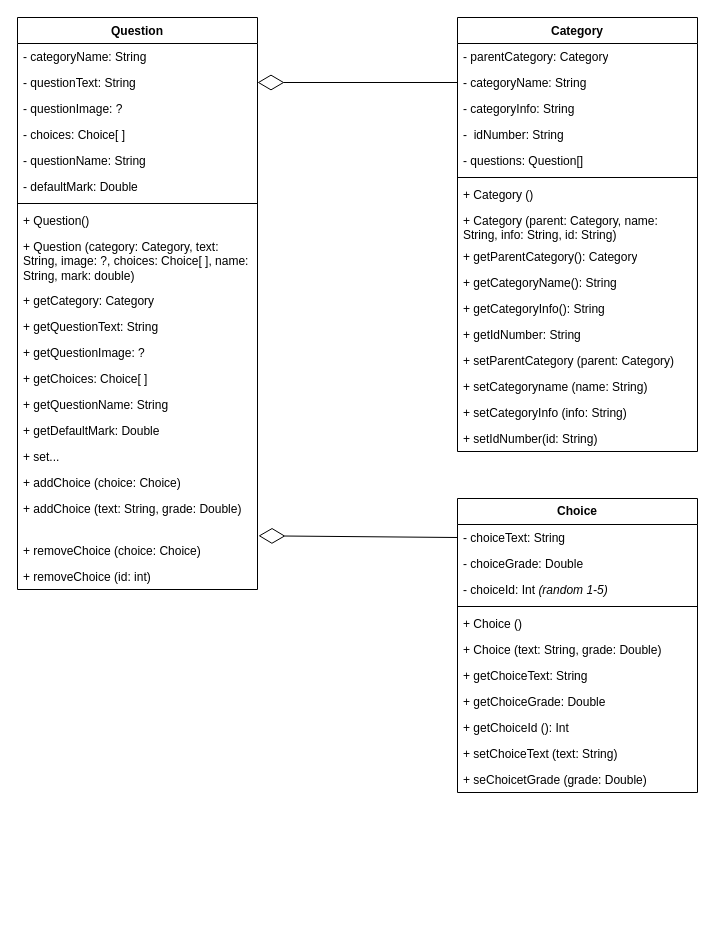
The draw.io diagram OOP_Diagram.drawio in ductaingn/OOP_Project, before the edit. Source tidied: cells renumbered, new cells numbered last; positions are measured from the earlier drawing's top-left corner, leaving out a move shared by most shapes. Both pictures are drawn from the tidied source at 100%, with x=0, y=0 at pixel (17, 17).
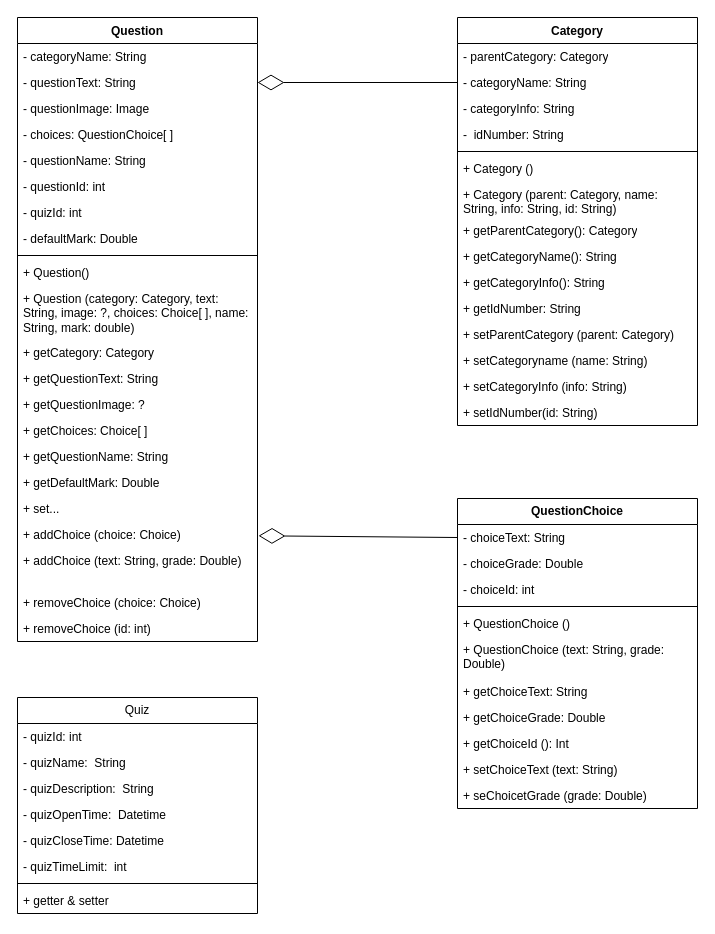
The same page after the edit.

The edit, as a diff of the source:
```diff
@@
     <mxCell id="2" value="Question" style="swimlane;fontStyle=1;align=center;verticalAlign=top;horizontal=1;startSize=26;whiteSpace=wrap;html=1;" parent="1" vertex="1">
-      <mxGeometry width="240" height="572" as="geometry" />
+      <mxGeometry width="240" height="624" as="geometry" />
     </mxCell>
@@
-    <mxCell id="5" value="- questionImage: ?" style="text;strokeColor=none;fillColor=none;align=left;verticalAlign=top;spacingLeft=4;spacingRight=4;overflow=hidden;whiteSpace=wrap;html=1;" parent="2" vertex="1">
+    <mxCell id="5" value="- questionImage: Image" style="text;strokeColor=none;fillColor=none;align=left;verticalAlign=top;spacingLeft=4;spacingRight=4;overflow=hidden;whiteSpace=wrap;html=1;" parent="2" vertex="1">
       <mxGeometry y="78" width="240" height="26" as="geometry" />
     </mxCell>
-    <mxCell id="6" value="- choices: Choice[ ]" style="text;strokeColor=none;fillColor=none;align=left;verticalAlign=top;spacingLeft=4;spacingRight=4;overflow=hidden;whiteSpace=wrap;html=1;" parent="2" vertex="1">
+    <mxCell id="6" value="- choices: QuestionChoice[ ]" style="text;strokeColor=none;fillColor=none;align=left;verticalAlign=top;spacingLeft=4;spacingRight=4;overflow=hidden;whiteSpace=wrap;html=1;" parent="2" vertex="1">
       <mxGeometry y="104" width="240" height="26" as="geometry" />
     </mxCell>
@@
+    <mxCell id="54" value="- questionId: int" style="text;strokeColor=none;fillColor=none;align=left;verticalAlign=top;spacingLeft=4;spacingRight=4;overflow=hidden;whiteSpace=wrap;html=1;" parent="2" vertex="1">
+      <mxGeometry y="156" width="240" height="26" as="geometry" />
+    </mxCell>
+    <mxCell id="55" value="- quizId: int" style="text;strokeColor=none;fillColor=none;align=left;verticalAlign=top;spacingLeft=4;spacingRight=4;overflow=hidden;whiteSpace=wrap;html=1;" parent="2" vertex="1">
+      <mxGeometry y="182" width="240" height="26" as="geometry" />
+    </mxCell>
     <mxCell id="8" value="- defaultMark: Double" style="text;strokeColor=none;fillColor=none;align=left;verticalAlign=top;spacingLeft=4;spacingRight=4;overflow=hidden;whiteSpace=wrap;html=1;" parent="2" vertex="1">
-      <mxGeometry y="156" width="240" height="26" as="geometry" />
+      <mxGeometry y="208" width="240" height="26" as="geometry" />
     </mxCell>
     <mxCell id="9" style="line;strokeWidth=1;fillColor=none;align=left;verticalAlign=middle;spacingTop=-1;spacingLeft=3;spacingRight=3;labelPosition=right;strokeColor=inherit;" parent="2" vertex="1">
-      <mxGeometry y="182" width="240" height="8" as="geometry" />
+      <mxGeometry y="234" width="240" height="8" as="geometry" />
     </mxCell>
     <mxCell id="10" value="+ Question()" style="text;strokeColor=none;fillColor=none;align=left;verticalAlign=top;spacingLeft=4;spacingRight=4;overflow=hidden;whiteSpace=wrap;html=1;" parent="2" vertex="1">
-      <mxGeometry y="190" width="240" height="26" as="geometry" />
+      <mxGeometry y="242" width="240" height="26" as="geometry" />
     </mxCell>
     <mxCell id="11" value="+ Question (category: Category, text: String, image: ?, choices: Choice[ ], name: String, mark: double)" style="text;strokeColor=none;fillColor=none;align=left;verticalAlign=top;spacingLeft=4;spacingRight=4;overflow=hidden;whiteSpace=wrap;html=1;" parent="2" vertex="1">
-      <mxGeometry y="216" width="240" height="54" as="geometry" />
+      <mxGeometry y="268" width="240" height="54" as="geometry" />
     </mxCell>
     <mxCell id="12" value="+ getCategory: Category&lt;br&gt;" style="text;strokeColor=none;fillColor=none;align=left;verticalAlign=top;spacingLeft=4;spacingRight=4;overflow=hidden;whiteSpace=wrap;html=1;" parent="2" vertex="1">
-      <mxGeometry y="270" width="240" height="26" as="geometry" />
+      <mxGeometry y="322" width="240" height="26" as="geometry" />
     </mxCell>
     <mxCell id="13" value="+ getQuestionText: String" style="text;strokeColor=none;fillColor=none;align=left;verticalAlign=top;spacingLeft=4;spacingRight=4;overflow=hidden;whiteSpace=wrap;html=1;" parent="2" vertex="1">
-      <mxGeometry y="296" width="240" height="26" as="geometry" />
+      <mxGeometry y="348" width="240" height="26" as="geometry" />
     </mxCell>
     <mxCell id="14" value="+ getQuestionImage: ?" style="text;strokeColor=none;fillColor=none;align=left;verticalAlign=top;spacingLeft=4;spacingRight=4;overflow=hidden;whiteSpace=wrap;html=1;" parent="2" vertex="1">
-      <mxGeometry y="322" width="240" height="26" as="geometry" />
+      <mxGeometry y="374" width="240" height="26" as="geometry" />
     </mxCell>
     <mxCell id="15" value="+ getChoices: Choice[ ]" style="text;strokeColor=none;fillColor=none;align=left;verticalAlign=top;spacingLeft=4;spacingRight=4;overflow=hidden;whiteSpace=wrap;html=1;" parent="2" vertex="1">
-      <mxGeometry y="348" width="240" height="26" as="geometry" />
+      <mxGeometry y="400" width="240" height="26" as="geometry" />
     </mxCell>
     <mxCell id="16" value="+ getQuestionName: String" style="text;strokeColor=none;fillColor=none;align=left;verticalAlign=top;spacingLeft=4;spacingRight=4;overflow=hidden;whiteSpace=wrap;html=1;" parent="2" vertex="1">
-      <mxGeometry y="374" width="240" height="26" as="geometry" />
+      <mxGeometry y="426" width="240" height="26" as="geometry" />
     </mxCell>
     <mxCell id="17" value="+ getDefaultMark: Double" style="text;strokeColor=none;fillColor=none;align=left;verticalAlign=top;spacingLeft=4;spacingRight=4;overflow=hidden;whiteSpace=wrap;html=1;" parent="2" vertex="1">
-      <mxGeometry y="400" width="240" height="26" as="geometry" />
+      <mxGeometry y="452" width="240" height="26" as="geometry" />
     </mxCell>
     <mxCell id="18" value="+ set..." style="text;strokeColor=none;fillColor=none;align=left;verticalAlign=top;spacingLeft=4;spacingRight=4;overflow=hidden;whiteSpace=wrap;html=1;" parent="2" vertex="1">
-      <mxGeometry y="426" width="240" height="26" as="geometry" />
+      <mxGeometry y="478" width="240" height="26" as="geometry" />
     </mxCell>
     <mxCell id="19" value="+ addChoice (choice: Choice)" style="text;strokeColor=none;fillColor=none;align=left;verticalAlign=top;spacingLeft=4;spacingRight=4;overflow=hidden;whiteSpace=wrap;html=1;" parent="2" vertex="1">
-      <mxGeometry y="452" width="240" height="26" as="geometry" />
+      <mxGeometry y="504" width="240" height="26" as="geometry" />
     </mxCell>
     <mxCell id="20" value="+ addChoice (text: String, grade: Double)&amp;nbsp;&amp;nbsp;" style="text;strokeColor=none;fillColor=none;align=left;verticalAlign=top;spacingLeft=4;spacingRight=4;overflow=hidden;whiteSpace=wrap;html=1;" parent="2" vertex="1">
-      <mxGeometry y="478" width="240" height="42" as="geometry" />
+      <mxGeometry y="530" width="240" height="42" as="geometry" />
     </mxCell>
     <mxCell id="21" value="+ removeChoice (choice: Choice)" style="text;strokeColor=none;fillColor=none;align=left;verticalAlign=top;spacingLeft=4;spacingRight=4;overflow=hidden;whiteSpace=wrap;html=1;" parent="2" vertex="1">
-      <mxGeometry y="520" width="240" height="26" as="geometry" />
+      <mxGeometry y="572" width="240" height="26" as="geometry" />
     </mxCell>
     <mxCell id="22" value="+ removeChoice (id: int)" style="text;strokeColor=none;fillColor=none;align=left;verticalAlign=top;spacingLeft=4;spacingRight=4;overflow=hidden;whiteSpace=wrap;html=1;" parent="2" vertex="1">
-      <mxGeometry y="546" width="240" height="26" as="geometry" />
+      <mxGeometry y="598" width="240" height="26" as="geometry" />
     </mxCell>
-    <mxCell id="23" value="&lt;b&gt;Choice&lt;/b&gt;" style="swimlane;fontStyle=0;horizontal=1;startSize=26;fillColor=none;whiteSpace=wrap;html=1;" parent="1" vertex="1">
-      <mxGeometry x="440" y="481" width="240" height="294" as="geometry" />
+    <mxCell id="23" value="&lt;b&gt;QuestionChoice&lt;/b&gt;" style="swimlane;fontStyle=0;horizontal=1;startSize=26;fillColor=none;whiteSpace=wrap;html=1;" parent="1" vertex="1">
+      <mxGeometry x="440" y="481" width="240" height="310" as="geometry" />
     </mxCell>
@@
-    <mxCell id="26" value="- choiceId: Int &lt;i&gt;(random 1-5)&lt;/i&gt;&amp;nbsp;" style="text;strokeColor=none;fillColor=none;align=left;verticalAlign=top;spacingLeft=4;spacingRight=4;overflow=hidden;whiteSpace=wrap;html=1;" parent="23" vertex="1">
+    <mxCell id="26" value="- choiceId: int&amp;nbsp;" style="text;strokeColor=none;fillColor=none;align=left;verticalAlign=top;spacingLeft=4;spacingRight=4;overflow=hidden;whiteSpace=wrap;html=1;" parent="23" vertex="1">
       <mxGeometry y="78" width="240" height="26" as="geometry" />
     </mxCell>
@@
-    <mxCell id="28" value="+ Choice ()" style="text;strokeColor=none;fillColor=none;align=left;verticalAlign=top;spacingLeft=4;spacingRight=4;overflow=hidden;whiteSpace=wrap;html=1;" parent="23" vertex="1">
+    <mxCell id="28" value="+ QuestionChoice ()" style="text;strokeColor=none;fillColor=none;align=left;verticalAlign=top;spacingLeft=4;spacingRight=4;overflow=hidden;whiteSpace=wrap;html=1;" parent="23" vertex="1">
       <mxGeometry y="112" width="240" height="26" as="geometry" />
     </mxCell>
-    <mxCell id="29" value="+ Choice (text: String, grade: Double)" style="text;strokeColor=none;fillColor=none;align=left;verticalAlign=top;spacingLeft=4;spacingRight=4;overflow=hidden;whiteSpace=wrap;html=1;" parent="23" vertex="1">
-      <mxGeometry y="138" width="240" height="26" as="geometry" />
+    <mxCell id="29" value="+ QuestionChoice (text: String, grade: Double)" style="text;strokeColor=none;fillColor=none;align=left;verticalAlign=top;spacingLeft=4;spacingRight=4;overflow=hidden;whiteSpace=wrap;html=1;" parent="23" vertex="1">
+      <mxGeometry y="138" width="240" height="42" as="geometry" />
     </mxCell>
     <mxCell id="30" value="+ getChoiceText: String" style="text;strokeColor=none;fillColor=none;align=left;verticalAlign=top;spacingLeft=4;spacingRight=4;overflow=hidden;whiteSpace=wrap;html=1;" parent="23" vertex="1">
-      <mxGeometry y="164" width="240" height="26" as="geometry" />
+      <mxGeometry y="180" width="240" height="26" as="geometry" />
     </mxCell>
     <mxCell id="31" value="+ getChoiceGrade: Double" style="text;strokeColor=none;fillColor=none;align=left;verticalAlign=top;spacingLeft=4;spacingRight=4;overflow=hidden;whiteSpace=wrap;html=1;" parent="23" vertex="1">
-      <mxGeometry y="190" width="240" height="26" as="geometry" />
+      <mxGeometry y="206" width="240" height="26" as="geometry" />
     </mxCell>
     <mxCell id="32" value="+ getChoiceId (): Int" style="text;strokeColor=none;fillColor=none;align=left;verticalAlign=top;spacingLeft=4;spacingRight=4;overflow=hidden;whiteSpace=wrap;html=1;" parent="23" vertex="1">
-      <mxGeometry y="216" width="240" height="26" as="geometry" />
+      <mxGeometry y="232" width="240" height="26" as="geometry" />
     </mxCell>
     <mxCell id="33" value="+ setChoiceText (text: String)&lt;br&gt;" style="text;strokeColor=none;fillColor=none;align=left;verticalAlign=top;spacingLeft=4;spacingRight=4;overflow=hidden;whiteSpace=wrap;html=1;" parent="23" vertex="1">
-      <mxGeometry y="242" width="240" height="26" as="geometry" />
+      <mxGeometry y="258" width="240" height="26" as="geometry" />
     </mxCell>
     <mxCell id="34" value="+ seChoicetGrade (grade: Double)" style="text;strokeColor=none;fillColor=none;align=left;verticalAlign=top;spacingLeft=4;spacingRight=4;overflow=hidden;whiteSpace=wrap;html=1;" parent="23" vertex="1">
-      <mxGeometry y="268" width="240" height="26" as="geometry" />
+      <mxGeometry y="284" width="240" height="26" as="geometry" />
     </mxCell>
     <mxCell id="35" value="Category" style="swimlane;fontStyle=1;align=center;verticalAlign=top;horizontal=1;startSize=26;whiteSpace=wrap;html=1;" parent="1" vertex="1">
-      <mxGeometry x="440" width="240" height="434" as="geometry" />
+      <mxGeometry x="440" width="240" height="408" as="geometry" />
     </mxCell>
@@
-    <mxCell id="40" value="- questions: Question[]&amp;nbsp;" style="text;strokeColor=none;fillColor=none;align=left;verticalAlign=top;spacingLeft=4;spacingRight=4;overflow=hidden;whiteSpace=wrap;html=1;" parent="35" vertex="1">
-      <mxGeometry y="130" width="240" height="26" as="geometry" />
-    </mxCell>
     <mxCell id="41" style="line;strokeWidth=1;fillColor=none;align=left;verticalAlign=middle;spacingTop=-1;spacingLeft=3;spacingRight=3;labelPosition=right;strokeColor=inherit;" parent="35" vertex="1">
-      <mxGeometry y="156" width="240" height="8" as="geometry" />
+      <mxGeometry y="130" width="240" height="8" as="geometry" />
     </mxCell>
     <mxCell id="42" value="+ Category ()" style="text;strokeColor=none;fillColor=none;align=left;verticalAlign=top;spacingLeft=4;spacingRight=4;overflow=hidden;whiteSpace=wrap;html=1;" parent="35" vertex="1">
-      <mxGeometry y="164" width="240" height="26" as="geometry" />
+      <mxGeometry y="138" width="240" height="26" as="geometry" />
     </mxCell>
     <mxCell id="43" value="+ Category (parent: Category, name: String, info: String, id: String)" style="text;strokeColor=none;fillColor=none;align=left;verticalAlign=top;spacingLeft=4;spacingRight=4;overflow=hidden;whiteSpace=wrap;html=1;" parent="35" vertex="1">
-      <mxGeometry y="190" width="240" height="36" as="geometry" />
+      <mxGeometry y="164" width="240" height="36" as="geometry" />
     </mxCell>
     <mxCell id="44" value="+ getParentCategory(): Category" style="text;strokeColor=none;fillColor=none;align=left;verticalAlign=top;spacingLeft=4;spacingRight=4;overflow=hidden;whiteSpace=wrap;html=1;" parent="35" vertex="1">
-      <mxGeometry y="226" width="240" height="26" as="geometry" />
+      <mxGeometry y="200" width="240" height="26" as="geometry" />
     </mxCell>
     <mxCell id="45" value="+ getCategoryName(): String" style="text;strokeColor=none;fillColor=none;align=left;verticalAlign=top;spacingLeft=4;spacingRight=4;overflow=hidden;whiteSpace=wrap;html=1;" parent="35" vertex="1">
-      <mxGeometry y="252" width="240" height="26" as="geometry" />
+      <mxGeometry y="226" width="240" height="26" as="geometry" />
     </mxCell>
     <mxCell id="46" value="+ getCategoryInfo(): String" style="text;strokeColor=none;fillColor=none;align=left;verticalAlign=top;spacingLeft=4;spacingRight=4;overflow=hidden;whiteSpace=wrap;html=1;" parent="35" vertex="1">
-      <mxGeometry y="278" width="240" height="26" as="geometry" />
+      <mxGeometry y="252" width="240" height="26" as="geometry" />
     </mxCell>
     <mxCell id="47" value="+ getIdNumber: String" style="text;strokeColor=none;fillColor=none;align=left;verticalAlign=top;spacingLeft=4;spacingRight=4;overflow=hidden;whiteSpace=wrap;html=1;" parent="35" vertex="1">
-      <mxGeometry y="304" width="240" height="26" as="geometry" />
+      <mxGeometry y="278" width="240" height="26" as="geometry" />
     </mxCell>
     <mxCell id="48" value="+ setParentCategory (parent: Category)" style="text;strokeColor=none;fillColor=none;align=left;verticalAlign=top;spacingLeft=4;spacingRight=4;overflow=hidden;whiteSpace=wrap;html=1;" parent="35" vertex="1">
-      <mxGeometry y="330" width="240" height="26" as="geometry" />
+      <mxGeometry y="304" width="240" height="26" as="geometry" />
     </mxCell>
     <mxCell id="49" value="+ setCategoryname (name: String)" style="text;strokeColor=none;fillColor=none;align=left;verticalAlign=top;spacingLeft=4;spacingRight=4;overflow=hidden;whiteSpace=wrap;html=1;" parent="35" vertex="1">
-      <mxGeometry y="356" width="240" height="26" as="geometry" />
+      <mxGeometry y="330" width="240" height="26" as="geometry" />
     </mxCell>
     <mxCell id="50" value="+ setCategoryInfo (info: String)" style="text;strokeColor=none;fillColor=none;align=left;verticalAlign=top;spacingLeft=4;spacingRight=4;overflow=hidden;whiteSpace=wrap;html=1;" parent="35" vertex="1">
-      <mxGeometry y="382" width="240" height="26" as="geometry" />
+      <mxGeometry y="356" width="240" height="26" as="geometry" />
     </mxCell>
     <mxCell id="51" value="+ setIdNumber(id: String)" style="text;strokeColor=none;fillColor=none;align=left;verticalAlign=top;spacingLeft=4;spacingRight=4;overflow=hidden;whiteSpace=wrap;html=1;" parent="35" vertex="1">
-      <mxGeometry y="408" width="240" height="26" as="geometry" />
+      <mxGeometry y="382" width="240" height="26" as="geometry" />
     </mxCell>
@@
+    <mxCell id="56" value="Quiz" style="swimlane;fontStyle=0;horizontal=1;startSize=26;fillColor=none;whiteSpace=wrap;html=1;" parent="1" vertex="1">
+      <mxGeometry y="680" width="240" height="216" as="geometry" />
+    </mxCell>
+    <mxCell id="57" value="- quizId: int" style="text;strokeColor=none;fillColor=none;align=left;verticalAlign=top;spacingLeft=4;spacingRight=4;overflow=hidden;whiteSpace=wrap;html=1;" parent="56" vertex="1">
+      <mxGeometry y="26" width="240" height="26" as="geometry" />
+    </mxCell>
+    <mxCell id="58" value="- quizName:&amp;nbsp; String" style="text;strokeColor=none;fillColor=none;align=left;verticalAlign=top;spacingLeft=4;spacingRight=4;overflow=hidden;whiteSpace=wrap;html=1;" parent="56" vertex="1">
+      <mxGeometry y="52" width="240" height="26" as="geometry" />
+    </mxCell>
+    <mxCell id="59" value="- quizDescription:&amp;nbsp; String" style="text;strokeColor=none;fillColor=none;align=left;verticalAlign=top;spacingLeft=4;spacingRight=4;overflow=hidden;whiteSpace=wrap;html=1;" parent="56" vertex="1">
+      <mxGeometry y="78" width="240" height="26" as="geometry" />
+    </mxCell>
+    <mxCell id="60" value="- quizOpenTime:&amp;nbsp; Datetime" style="text;strokeColor=none;fillColor=none;align=left;verticalAlign=top;spacingLeft=4;spacingRight=4;overflow=hidden;whiteSpace=wrap;html=1;" parent="56" vertex="1">
+      <mxGeometry y="104" width="240" height="26" as="geometry" />
+    </mxCell>
+    <mxCell id="61" value="- quizCloseTime: Datetime" style="text;strokeColor=none;fillColor=none;align=left;verticalAlign=top;spacingLeft=4;spacingRight=4;overflow=hidden;whiteSpace=wrap;html=1;" parent="56" vertex="1">
+      <mxGeometry y="130" width="240" height="26" as="geometry" />
+    </mxCell>
+    <mxCell id="62" value="- quizTimeLimit:&amp;nbsp; int" style="text;strokeColor=none;fillColor=none;align=left;verticalAlign=top;spacingLeft=4;spacingRight=4;overflow=hidden;whiteSpace=wrap;html=1;" parent="56" vertex="1">
+      <mxGeometry y="156" width="240" height="26" as="geometry" />
+    </mxCell>
+    <mxCell id="63" style="line;strokeWidth=1;fillColor=none;align=left;verticalAlign=middle;spacingTop=-1;spacingLeft=3;spacingRight=3;labelPosition=right;strokeColor=inherit;" parent="56" vertex="1">
+      <mxGeometry y="182" width="240" height="8" as="geometry" />
+    </mxCell>
+    <mxCell id="64" value="+ getter &amp;amp; setter" style="text;strokeColor=none;fillColor=none;align=left;verticalAlign=top;spacingLeft=4;spacingRight=4;overflow=hidden;whiteSpace=wrap;html=1;" parent="56" vertex="1">
+      <mxGeometry y="190" width="240" height="26" as="geometry" />
+    </mxCell>
```
